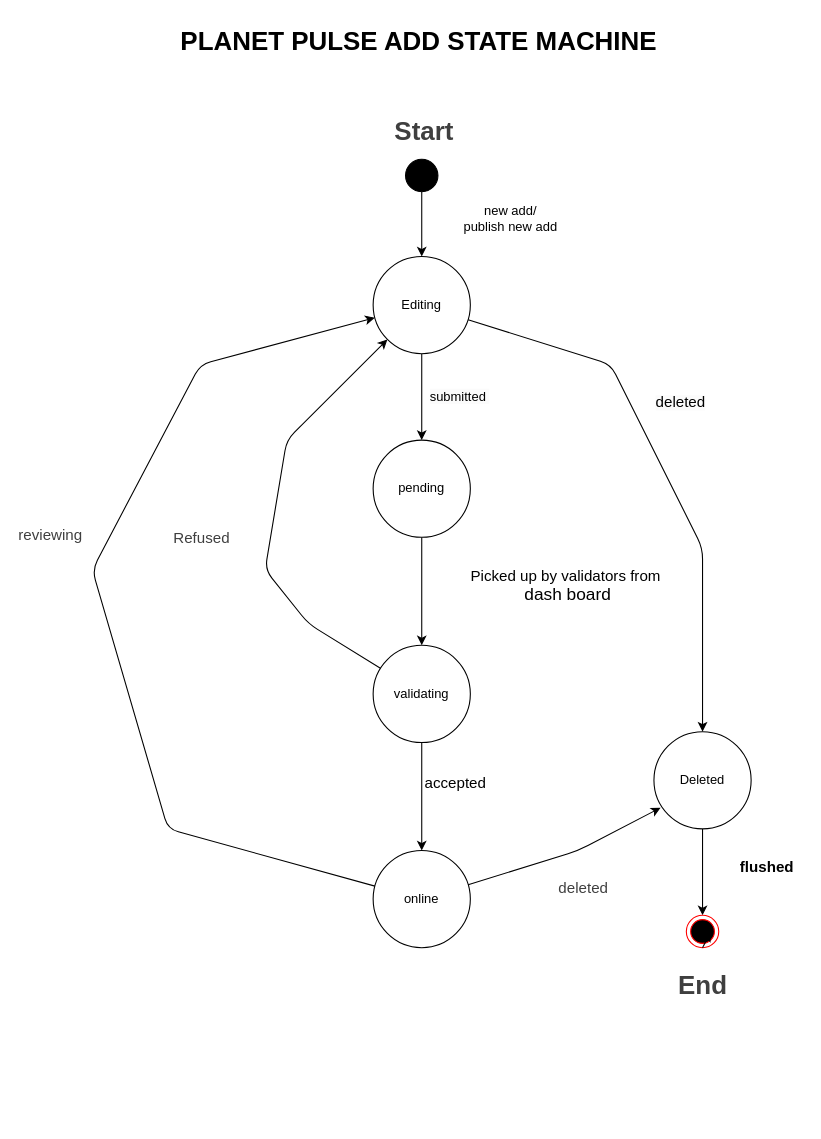
Before: Docs/Status-machine/State-machine.drawio in Giao748/ISEP-PESTI, a draw.io diagram. Source tidied: cells renumbered, new cells numbered last; positions are measured from the earlier drawing's top-left corner, leaving out a move shared by most shapes. Both pictures are drawn from the tidied source at 108%, with x=0, y=0 at pixel (92, 18).
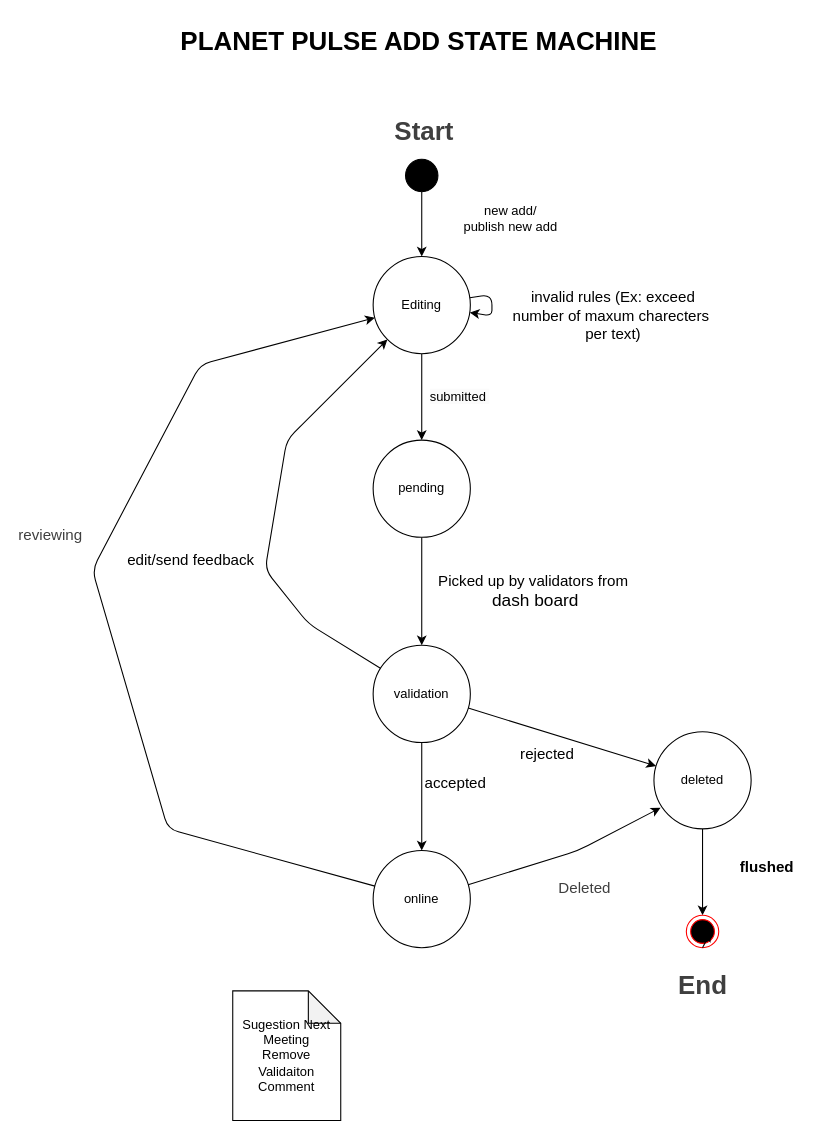
The same page after the edit.

Unchanged cells that the change refers to:
```xml
<mxCell id="5" value="Editing" style="ellipse;whiteSpace=wrap;html=1;" parent="1" vertex="1">
  <mxGeometry x="260" y="220" width="90" height="90" as="geometry" />
</mxCell>
```

Change to the diagram source:
```diff
@@
+    <mxCell id="30" style="edgeStyle=none;html=1;" parent="1" edge="1" source="14" target="19">
+      <mxGeometry relative="1" as="geometry" />
+    </mxCell>
+    <mxCell id="31" value="&lt;font style=&quot;font-size: 14px;&quot;&gt;rejected&lt;/font&gt;" style="edgeLabel;html=1;align=center;verticalAlign=middle;" parent="30" vertex="1">
+      <mxGeometry x="-0.17" y="-2" relative="1" as="geometry">
+        <mxPoint y="18" as="offset" />
+      </mxGeometry>
+    </mxCell>
-    <mxCell id="14" value="validating" style="ellipse;whiteSpace=wrap;html=1;" parent="1" vertex="1">
+    <mxCell id="14" value="validation" style="ellipse;whiteSpace=wrap;html=1;" parent="1" vertex="1">
       <mxGeometry x="260" y="580" width="90" height="90" as="geometry" />
     </mxCell>
@@
-    <mxCell id="19" value="Deleted" style="ellipse;whiteSpace=wrap;html=1;" parent="1" vertex="1">
+    <mxCell id="19" value="deleted" style="ellipse;whiteSpace=wrap;html=1;" parent="1" vertex="1">
       <mxGeometry x="520" y="660" width="90" height="90" as="geometry" />
     </mxCell>
@@
     <mxCell id="24" value="&lt;font style=&quot;scrollbar-color: light-dark(#e2e2e2, #4b4b4b)&lt;br/&gt;&#9;&#9;&#9;&#9;&#9;light-dark(#fbfbfb, var(--dark-panel-color)); font-size: 14px;&quot;&gt;Picked up by validators from&amp;nbsp;&lt;/font&gt;&lt;div style=&quot;scrollbar-color: light-dark(#e2e2e2, #4b4b4b)&lt;br/&gt;&#9;&#9;&#9;&#9;&#9;light-dark(#fbfbfb, var(--dark-panel-color));&quot;&gt;&lt;font style=&quot;scrollbar-color: light-dark(#e2e2e2, #4b4b4b)&lt;br/&gt;&#9;&#9;&#9;&#9;&#9;light-dark(#fbfbfb, var(--dark-panel-color));&quot; size=&quot;3&quot;&gt;dash board&lt;/font&gt;&lt;/div&gt;" style="text;html=1;align=center;verticalAlign=middle;strokeColor=none;fillColor=none;" parent="1" vertex="1">
-      <mxGeometry x="340" y="500" width="200" height="50" as="geometry" />
+      <mxGeometry x="310" y="505" width="200" height="50" as="geometry" />
     </mxCell>
-    <mxCell id="25" value="&lt;span style=&quot;color: rgb(63, 63, 63); font-family: Helvetica; font-size: 14px; font-style: normal; font-variant-ligatures: normal; font-variant-caps: normal; font-weight: 400; letter-spacing: normal; orphans: 2; text-align: center; text-indent: 0px; text-transform: none; widows: 2; word-spacing: 0px; -webkit-text-stroke-width: 0px; white-space: nowrap; background-color: rgb(255, 255, 255); text-decoration-thickness: initial; text-decoration-style: initial; text-decoration-color: initial; float: none; display: inline !important;&quot;&gt;deleted&lt;/span&gt;" style="text;whiteSpace=wrap;html=1;" parent="1" vertex="1">
+    <mxCell id="25" value="&lt;span style=&quot;color: rgb(63, 63, 63); font-family: Helvetica; font-size: 14px; font-style: normal; font-variant-ligatures: normal; font-variant-caps: normal; font-weight: 400; letter-spacing: normal; orphans: 2; text-align: center; text-indent: 0px; text-transform: none; widows: 2; word-spacing: 0px; -webkit-text-stroke-width: 0px; white-space: nowrap; background-color: rgb(255, 255, 255); text-decoration-thickness: initial; text-decoration-style: initial; text-decoration-color: initial; float: none; display: inline !important;&quot;&gt;Deleted&lt;/span&gt;" style="text;whiteSpace=wrap;html=1;" parent="1" vertex="1">
       <mxGeometry x="430" y="790" width="70" height="40" as="geometry" />
     </mxCell>
@@
-    <mxCell id="27" value="&lt;span style=&quot;color: rgb(63, 63, 63); font-size: 14px;&quot;&gt;Refused&lt;/span&gt;" style="edgeLabel;html=1;align=center;verticalAlign=middle;" parent="1" vertex="1">
-      <mxGeometry x="100" y="480" as="geometry" />
+    <mxCell id="27" value="&lt;span style=&quot;font-size: 14px;&quot;&gt;edit/send feedback&lt;/span&gt;" style="edgeLabel;html=1;align=center;verticalAlign=middle;" parent="1" vertex="1">
+      <mxGeometry x="90" y="500" as="geometry" />
     </mxCell>
-    <mxCell id="28" style="edgeStyle=none;html=1;entryX=0.5;entryY=0;entryDx=0;entryDy=0;" parent="1" edge="1" source="5" target="19">
-      <mxGeometry relative="1" as="geometry">
-        <Array as="points">
-          <mxPoint x="480" y="320" />
-          <mxPoint x="565" y="490" />
-        </Array>
-      </mxGeometry>
-    </mxCell>
-    <mxCell id="29" value="&lt;span style=&quot;color: rgb(0, 0, 0); font-family: Helvetica; font-style: normal; font-variant-ligatures: normal; font-variant-caps: normal; font-weight: 400; letter-spacing: normal; orphans: 2; text-align: center; text-indent: 0px; text-transform: none; widows: 2; word-spacing: 0px; -webkit-text-stroke-width: 0px; white-space: normal; background-color: rgb(251, 251, 251); text-decoration-thickness: initial; text-decoration-style: initial; text-decoration-color: initial; float: none; display: inline !important;&quot;&gt;&lt;font style=&quot;font-size: 14px;&quot;&gt;deleted&lt;/font&gt;&lt;/span&gt;" style="text;whiteSpace=wrap;html=1;" parent="1" vertex="1">
-      <mxGeometry x="520" y="340" width="50" height="40" as="geometry" />
-    </mxCell>
+    <mxCell id="32" style="edgeStyle=none;html=1;elbow=horizontal;" parent="1" edge="1" source="5" target="5">
+      <mxGeometry relative="1" as="geometry" />
+    </mxCell>
+    <mxCell id="33" value="&lt;font style=&quot;font-size: 14px;&quot;&gt;invalid rules (Ex: exceed number of maxum charecters&amp;nbsp; per text)&lt;/font&gt;" style="text;html=1;align=center;verticalAlign=middle;whiteSpace=wrap;rounded=0;" parent="1" vertex="1">
+      <mxGeometry x="385" y="260" width="195" height="30" as="geometry" />
+    </mxCell>
+    <mxCell id="34" value="Sugestion Next Meeting&lt;div&gt;Remove Validaiton Comment&lt;/div&gt;" style="shape=note;whiteSpace=wrap;html=1;backgroundOutline=1;darkOpacity=0.05;" parent="1" vertex="1">
+      <mxGeometry x="130" y="900" width="100" height="120" as="geometry" />
+    </mxCell>
```
